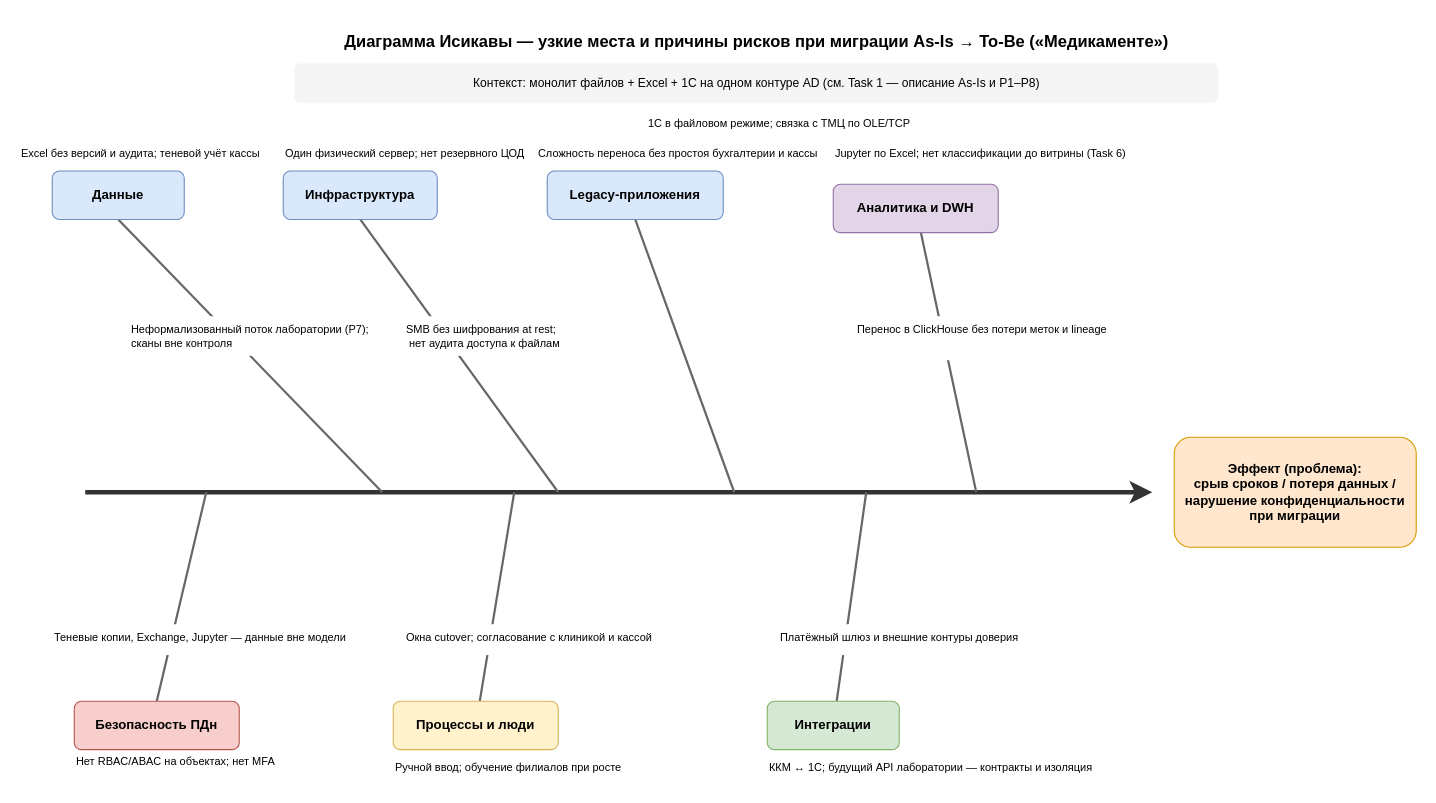
This is Task4/ishikawa-migration-bottlenecks.drawio from aymanstepanova/architecture-medikamente, a draw.io file, before an edit. Source tidied: cells renumbered, new cells numbered last; positions are measured from the earlier drawing's top-left corner, leaving out a move shared by most shapes. Both pictures are drawn from the tidied source at 110%, with x=0, y=0 at pixel (19, 19).
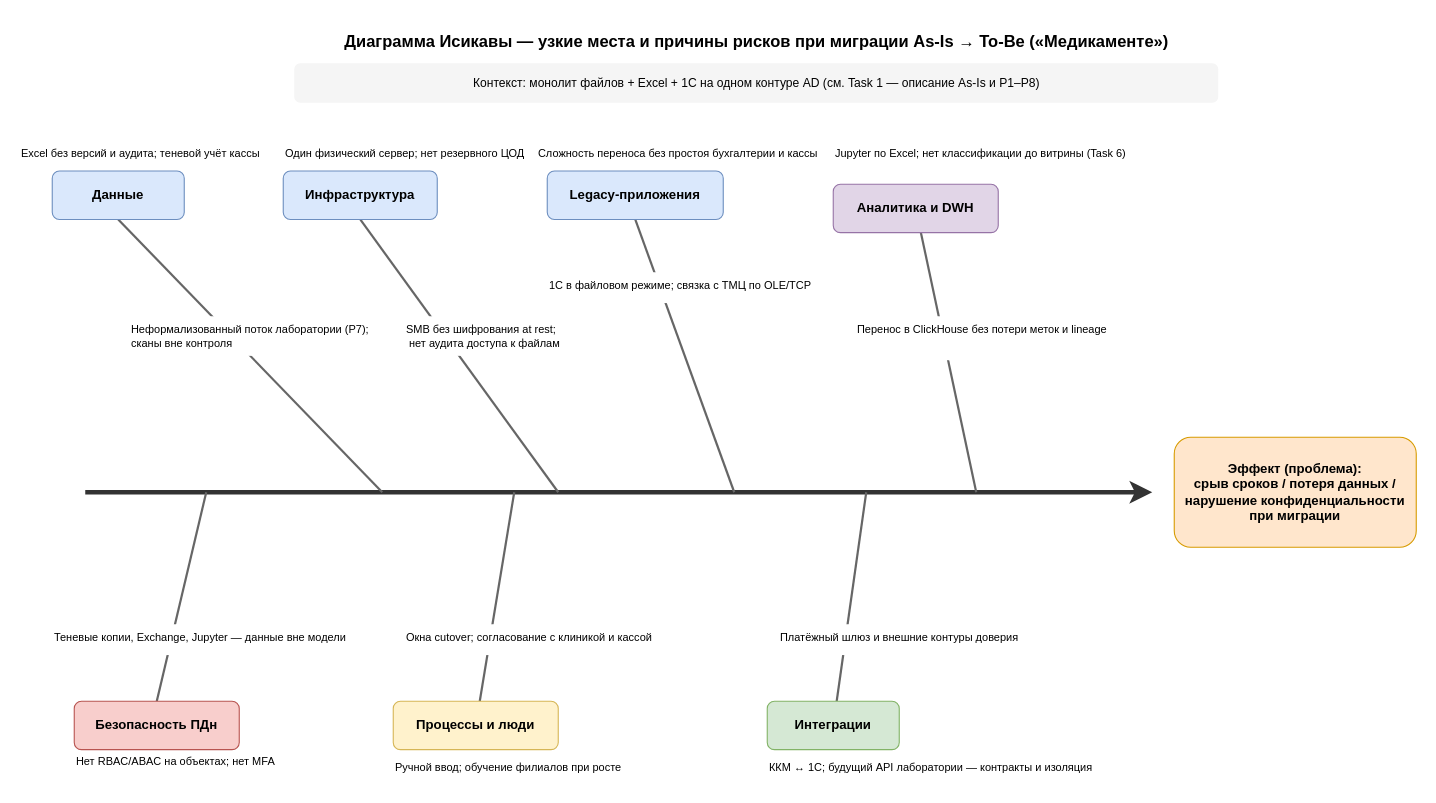
The same diagram, later.

Commit message:
task6: C4 Level 2 — Движок классификации и политик

What changed in the source:
```diff
@@
-    <mxCell id="16" value="1С в файловом режиме; связка с ТМЦ по OLE/TCP" style="text;html=1;strokeColor=none;fillColor=none;align=left;fontSize=10;" parent="1" vertex="1">
-      <mxGeometry x="570" y="82" width="260" height="28" as="geometry" />
+    <mxCell id="16" value="1С в файловом режиме; связка с ТМЦ по OLE/TCP" style="text;html=1;strokeColor=none;fillColor=default;align=left;fontSize=10;" parent="1" vertex="1">
+      <mxGeometry x="480" y="230" width="260" height="28" as="geometry" />
     </mxCell>
```
